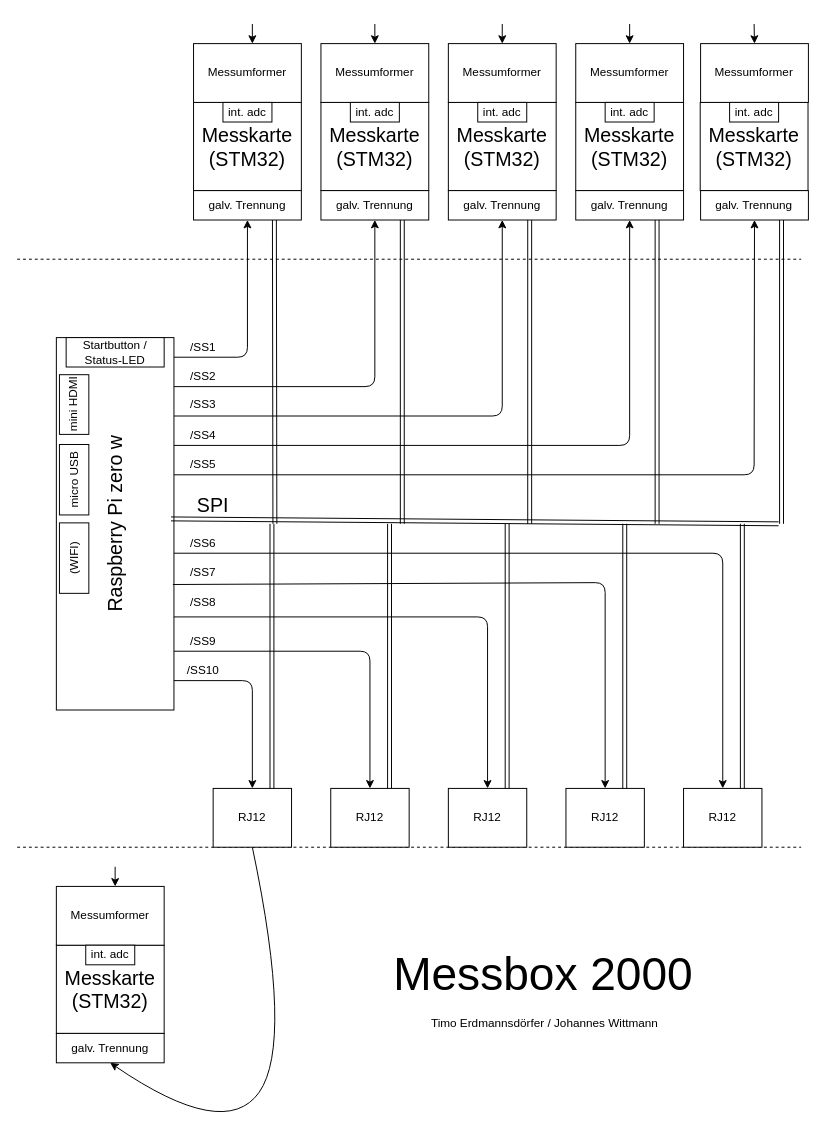
The draw.io diagram doc/Messbox_Bussystem.drawio in klosskopf/Messbox, before the edit. Source tidied: cells renumbered, new cells numbered last; positions are measured from the earlier drawing's top-left corner, leaving out a move shared by most shapes. Both pictures are drawn from the tidied source at 98%, with x=0, y=0 at pixel (-72, 24).
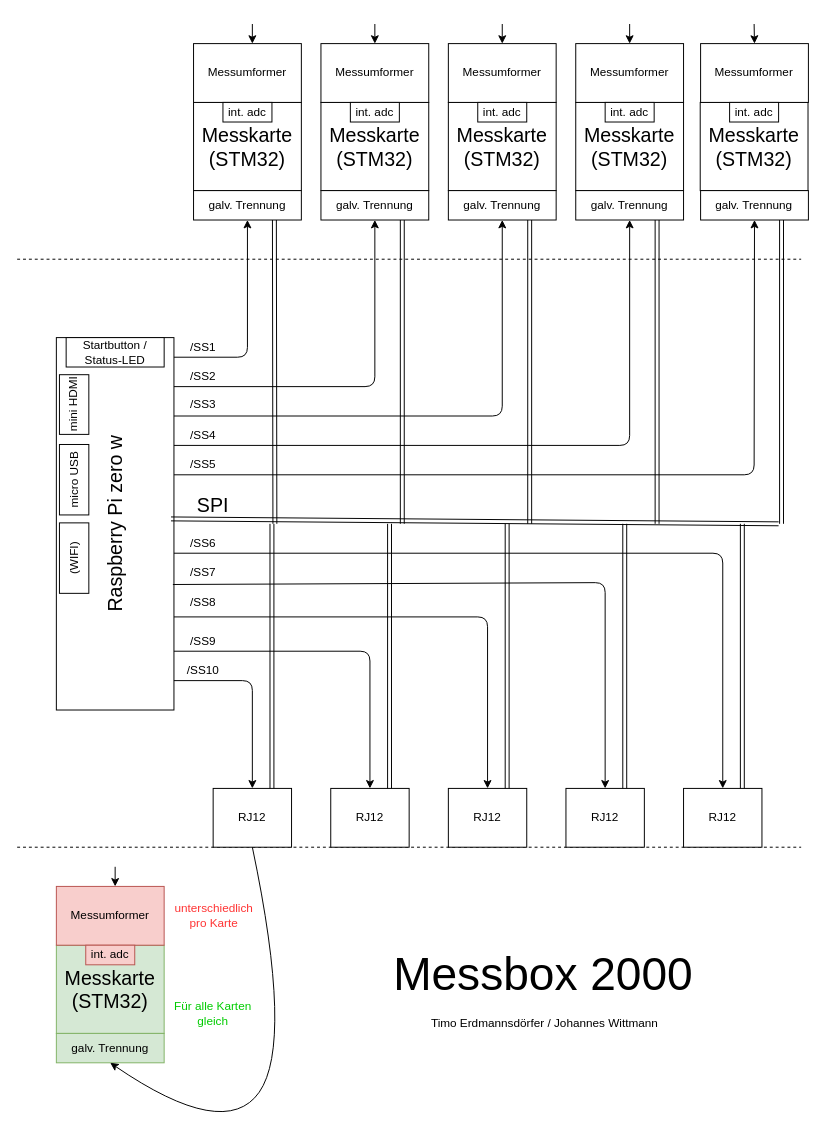
Above is the later version.

Commit message (it also covers changes not shown here):
Added schematic pdfs

The edit, as a diff of the source:
```diff
@@
-    <mxCell id="71" value="&lt;font style=&quot;font-size: 20px&quot;&gt;Messkarte&lt;br&gt;(STM32)&lt;/font&gt;" style="rounded=0;whiteSpace=wrap;html=1;" parent="1" vertex="1">
+    <mxCell id="71" value="&lt;font style=&quot;font-size: 20px&quot;&gt;Messkarte&lt;br&gt;(STM32)&lt;/font&gt;" style="rounded=0;whiteSpace=wrap;html=1;fillColor=#d5e8d4;strokeColor=#82b366;" parent="1" vertex="1">
       <mxGeometry x="130" y="940" width="110" height="90" as="geometry" />
     </mxCell>
-    <mxCell id="72" value="galv. Trennung" style="rounded=0;whiteSpace=wrap;html=1;" parent="1" vertex="1">
+    <mxCell id="72" value="galv. Trennung" style="rounded=0;whiteSpace=wrap;html=1;fillColor=#d5e8d4;strokeColor=#82b366;" parent="1" vertex="1">
       <mxGeometry x="130" y="1030" width="110" height="30" as="geometry" />
     </mxCell>
-    <mxCell id="73" value="Messumformer" style="rounded=0;whiteSpace=wrap;html=1;" parent="1" vertex="1">
+    <mxCell id="73" value="Messumformer" style="rounded=0;whiteSpace=wrap;html=1;fillColor=#f8cecc;strokeColor=#b85450;" parent="1" vertex="1">
       <mxGeometry x="130" y="880" width="110" height="60" as="geometry" />
     </mxCell>
-    <mxCell id="74" value="int. adc" style="rounded=0;whiteSpace=wrap;html=1;" parent="1" vertex="1">
+    <mxCell id="74" value="int. adc" style="rounded=0;whiteSpace=wrap;html=1;fillColor=#f8cecc;strokeColor=#b85450;" parent="1" vertex="1">
       <mxGeometry x="160" y="940" width="50" height="20" as="geometry" />
     </mxCell>
@@
+    <mxCell id="79" value="Für alle Karten gleich" style="text;html=1;align=center;verticalAlign=middle;whiteSpace=wrap;rounded=0;fontColor=#00CC00;" parent="1" vertex="1">
+      <mxGeometry x="249" y="980" width="82" height="60" as="geometry" />
+    </mxCell>
+    <mxCell id="80" value="unterschiedlich pro Karte" style="text;html=1;strokeColor=none;fillColor=none;align=center;verticalAlign=middle;whiteSpace=wrap;rounded=0;fontColor=#FF3333;" parent="1" vertex="1">
+      <mxGeometry x="240" y="880" width="102" height="60" as="geometry" />
+    </mxCell>
```
